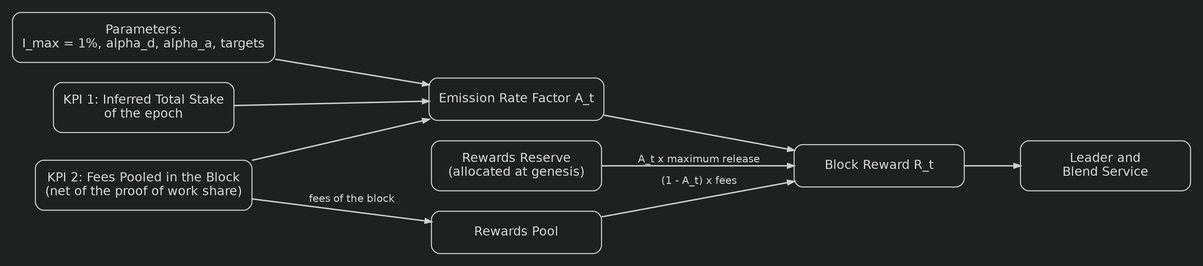
Above: docs/blockchain/raw/block-rewards/assets/high-level-system-design.png in logos-co/logos-lips (Graphviz), before the change. Its source is kept beside it as docs/blockchain/raw/block-rewards/assets/high-level-system-design.dot. The source it was exported from:
```dot
/*
 * Block rewards: high-level system design
 *
 * Render:
 *   dot -Tpng -Gdpi=160 high-level-system-design.dot -o high-level-system-design.png
 *   dot -Tsvg           high-level-system-design.dot -o high-level-system-design.svg
 */

digraph high_level_system_design {
  rankdir = LR;
  bgcolor = "#1f2020";
  splines = true;
  nodesep = 0.40;
  ranksep = 1.10;
  pad     = 0.25;

  node [
    shape     = box,
    style     = "rounded,filled",
    fillcolor = "#1f2020",
    color     = "#cfcfcf",
    penwidth  = 1.5,
    fontname  = "Helvetica",
    fontsize  = 18,
    fontcolor = "#d8d8d8",
    margin    = "0.20,0.22",
    width     = 3.40,
    height    = 0.85
  ];

  edge [
    color     = "#cfcfcf",
    penwidth  = 2,
    arrowsize = 0.9
  ];

  edge [fontname = "Helvetica", fontsize = 15, fontcolor = "#d8d8d8"];

  /* Inputs: the two KPIs of the block and the fixed parameters */
  stake    [label = "KPI 1: Inferred Total Stake\nof the epoch"];
  fees     [label = "KPI 2: Fees Pooled in the Block\n(net of the proof of work share)"];
  params   [label = "Parameters:\nI_max = 1%, alpha_d, alpha_a, targets"];

  /* Stocks allocated at genesis or fed by the fees */
  reserve  [label = "Rewards Reserve\n(allocated at genesis)"];
  pool     [label = "Rewards Pool"];

  /* Computation and output */
  factor   [label = "Emission Rate Factor A_t"];
  reward   [label = "Block Reward R_t"];
  paid     [label = "Leader and\nBlend Service"];

  { rank = same; stake; fees; params; }
  { rank = same; reserve; factor; pool; }

  /* The emission rate factor combines the KPIs within the parameters */
  stake  -> factor;
  fees   -> factor;
  params -> factor;

  /* The fees of the block go to the pool */
  fees -> pool [label = "  fees of the block  "];

  /* The reward releases from the reserve and pays back part of the fees */
  factor  -> reward;
  reserve -> reward [label = "  A_t x maximum release  "];
  pool    -> reward [label = "  (1 - A_t) x fees  "];

  reward -> paid;
}
```
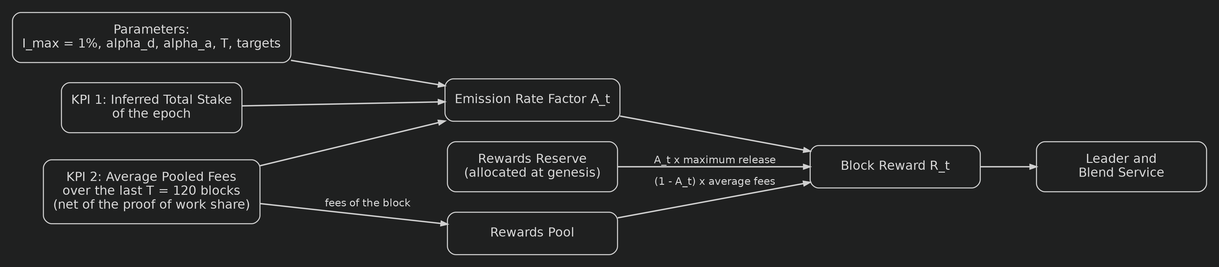
Later version of the same file.

Commit message:
docs(blockchain): block reward over the 120-block average of the pooled fees, as on master, with the integer reference and the supply projection following it

Diff of the diagram source:
```diff
@@ -38,8 +38,8 @@
 
   /* Inputs: the two KPIs of the block and the fixed parameters */
   stake    [label = "KPI 1: Inferred Total Stake\nof the epoch"];
-  fees     [label = "KPI 2: Fees Pooled in the Block\n(net of the proof of work share)"];
-  params   [label = "Parameters:\nI_max = 1%, alpha_d, alpha_a, targets"];
+  fees     [label = "KPI 2: Average Pooled Fees\nover the last T = 120 blocks\n(net of the proof of work share)"];
+  params   [label = "Parameters:\nI_max = 1%, alpha_d, alpha_a, T, targets"];
 
   /* Stocks allocated at genesis or fed by the fees */
   reserve  [label = "Rewards Reserve\n(allocated at genesis)"];
@@ -64,7 +64,7 @@
   /* The reward releases from the reserve and pays back part of the fees */
   factor  -> reward;
   reserve -> reward [label = "  A_t x maximum release  "];
-  pool    -> reward [label = "  (1 - A_t) x fees  "];
+  pool    -> reward [label = "  (1 - A_t) x average fees  "];
 
   reward -> paid;
 }
```
